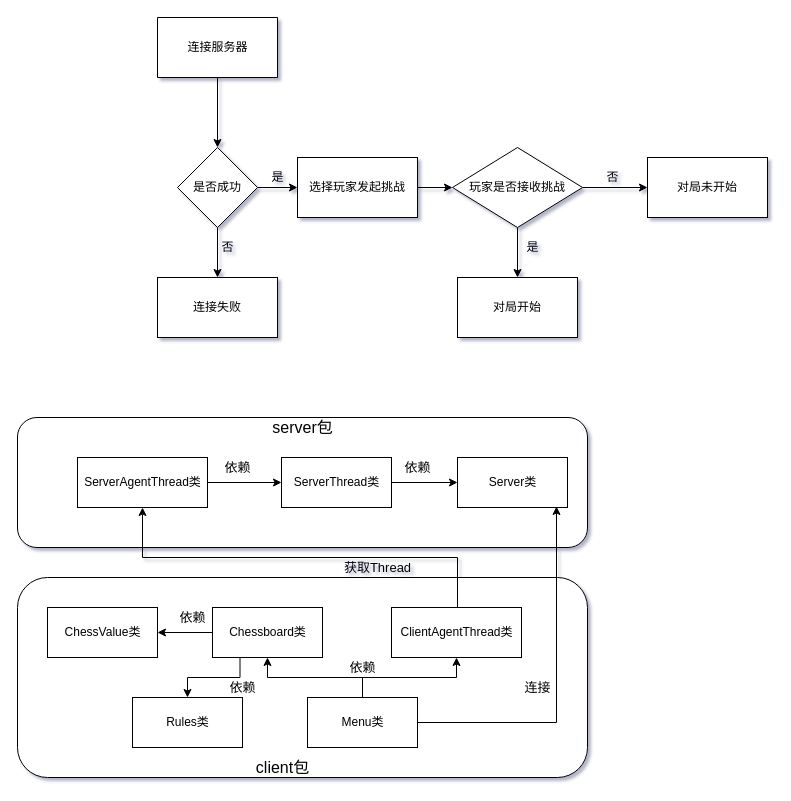
Before: 未命名绘图.drawio in AruNi-01/draw.io-repo, a draw.io diagram. Source tidied: cells renumbered, new cells numbered last; positions are measured from the earlier drawing's top-left corner, leaving out a move shared by most shapes. Both pictures are drawn from the tidied source at 100%, with x=0, y=0 at pixel (17, 17).
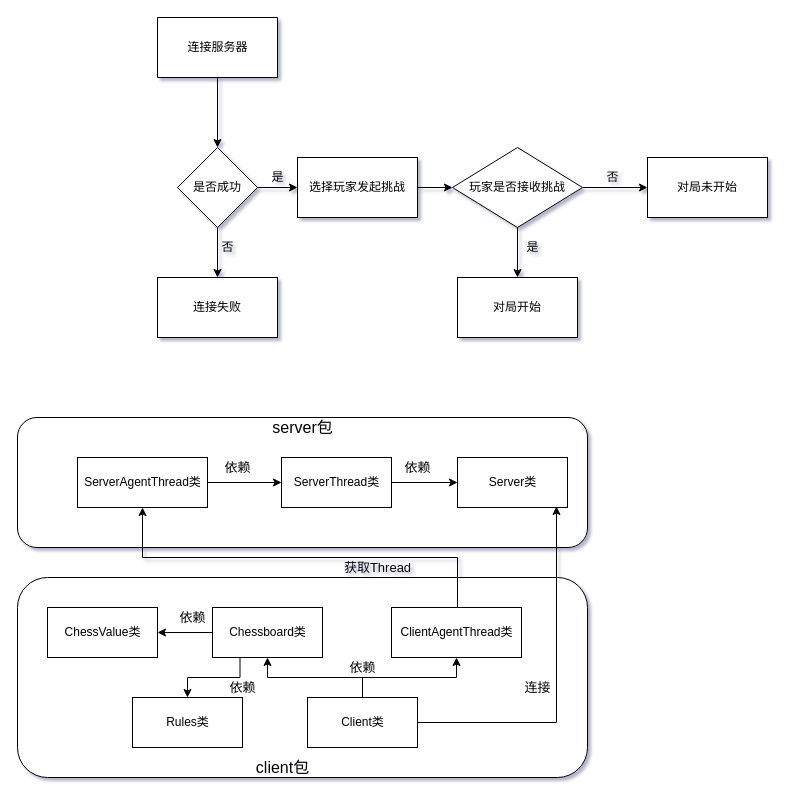
After the change.

Commit message:
更新未命名绘图.drawio

Diff of the diagram source:
```diff
@@
-    <mxCell id="30" value="&lt;span lang=&quot;EN-US&quot;&gt;Menu&lt;/span&gt;类" style="html=1;" parent="1" vertex="1">
+    <mxCell id="30" value="Client类" style="html=1;" parent="1" vertex="1">
       <mxGeometry x="290" y="680" width="110" height="50" as="geometry" />
     </mxCell>
```
